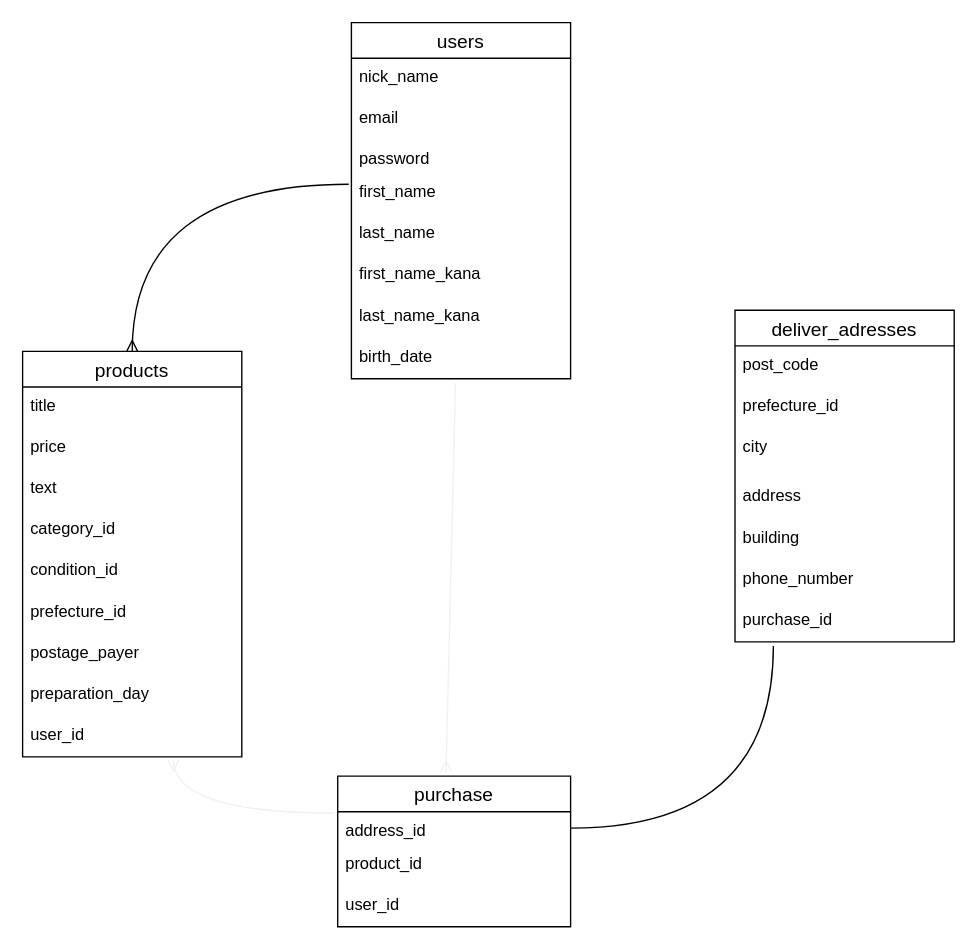
This is test.dio from ryouta-M/furima-31120-1, a draw.io file, before an edit. Source tidied: cells renumbered, new cells numbered last; positions are measured from the earlier drawing's top-left corner, leaving out a move shared by most shapes. Both pictures are drawn from the tidied source at 137%, with x=0, y=0 at pixel (22, 22).
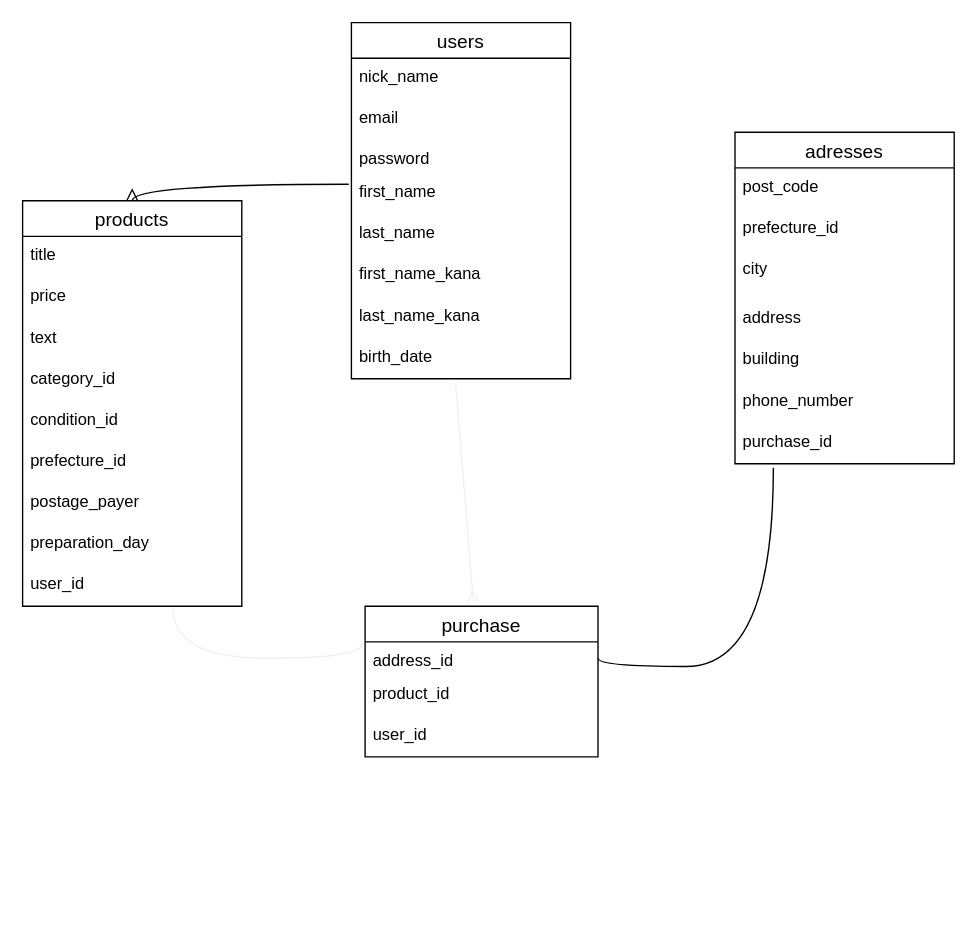
The same diagram, later.

The change refers to these unchanged cells:
```xml
<mxCell id="25" value="user_id" style="text;strokeColor=none;fillColor=none;spacingLeft=4;spacingRight=4;overflow=hidden;points=[[0,0.5],[1,0.5]];portConstraint=eastwest;fontSize=12;" parent="16" vertex="1">
  <mxGeometry y="266" width="160" height="30" as="geometry" />
</mxCell>
<mxCell id="33" value="purchase_id" style="text;strokeColor=none;fillColor=none;spacingLeft=4;spacingRight=4;overflow=hidden;points=[[0,0.5],[1,0.5]];portConstraint=eastwest;fontSize=12;" parent="26" vertex="1">
  <mxGeometry y="212" width="160" height="30" as="geometry" />
</mxCell>
<mxCell id="35" value="address_id" style="text;strokeColor=none;fillColor=none;spacingLeft=4;spacingRight=4;overflow=hidden;points=[[0,0.5],[1,0.5]];portConstraint=eastwest;fontSize=12;" parent="34" vertex="1">
  <mxGeometry y="26" width="170" height="24" as="geometry" />
</mxCell>
```

Change to the diagram source:
```diff
@@
     <mxCell id="13" style="edgeStyle=orthogonalEdgeStyle;rounded=0;jettySize=auto;html=1;exitX=1;exitY=0.5;exitDx=0;exitDy=0;entryX=0.175;entryY=1.1;entryDx=0;entryDy=0;entryPerimeter=0;endArrow=none;endFill=0;curved=1;" parent="1" edge="1" source="35" target="33">
       <mxGeometry relative="1" as="geometry">
         <Array as="points">
-          <mxPoint x="548" y="588" />
+          <mxPoint x="420" y="470" />
+          <mxPoint x="548" y="470" />
         </Array>
       </mxGeometry>
     </mxCell>
@@
-    <mxCell id="15" style="edgeStyle=orthogonalEdgeStyle;rounded=0;jettySize=auto;html=1;exitX=0.688;exitY=1.067;exitDx=0;exitDy=0;entryX=-0.012;entryY=0.042;entryDx=0;entryDy=0;entryPerimeter=0;startArrow=ERmany;startFill=0;endArrow=none;endFill=0;strokeColor=#f0f0f0;exitPerimeter=0;curved=1;" parent="1" edge="1" source="25" target="35">
+    <mxCell id="15" style="edgeStyle=orthogonalEdgeStyle;rounded=0;jettySize=auto;html=1;exitX=0.688;exitY=1.067;exitDx=0;exitDy=0;entryX=-0.012;entryY=0.042;entryDx=0;entryDy=0;entryPerimeter=0;startArrow=none;startFill=0;endArrow=none;endFill=0;strokeColor=#f0f0f0;exitPerimeter=0;curved=1;" parent="1" edge="1" source="25" target="35">
       <mxGeometry relative="1" as="geometry">
         <Array as="points">
-          <mxPoint x="110" y="577" />
+          <mxPoint x="110" y="464" />
+          <mxPoint x="248" y="464" />
         </Array>
       </mxGeometry>
     </mxCell>
     <mxCell id="16" value="products" style="swimlane;fontStyle=0;horizontal=1;startSize=26;align=center;fontSize=14;" parent="1" vertex="1">
-      <mxGeometry y="240" width="160" height="296" as="geometry" />
+      <mxGeometry y="130" width="160" height="296" as="geometry" />
     </mxCell>
@@
-    <mxCell id="26" value="deliver_adresses" style="swimlane;fontStyle=0;horizontal=1;startSize=26;align=center;fontSize=14;" parent="1" vertex="1">
-      <mxGeometry x="520" y="210" width="160" height="242" as="geometry" />
+    <mxCell id="26" value="adresses" style="swimlane;fontStyle=0;horizontal=1;startSize=26;align=center;fontSize=14;" parent="1" vertex="1">
+      <mxGeometry x="520" y="80" width="160" height="242" as="geometry" />
     </mxCell>
@@
     <mxCell id="34" value="purchase" style="swimlane;fontStyle=0;horizontal=1;startSize=26;align=center;fontSize=14;" parent="1" vertex="1">
-      <mxGeometry x="230" y="550" width="170" height="110" as="geometry" />
+      <mxGeometry x="250" y="426" width="170" height="110" as="geometry" />
     </mxCell>
```
